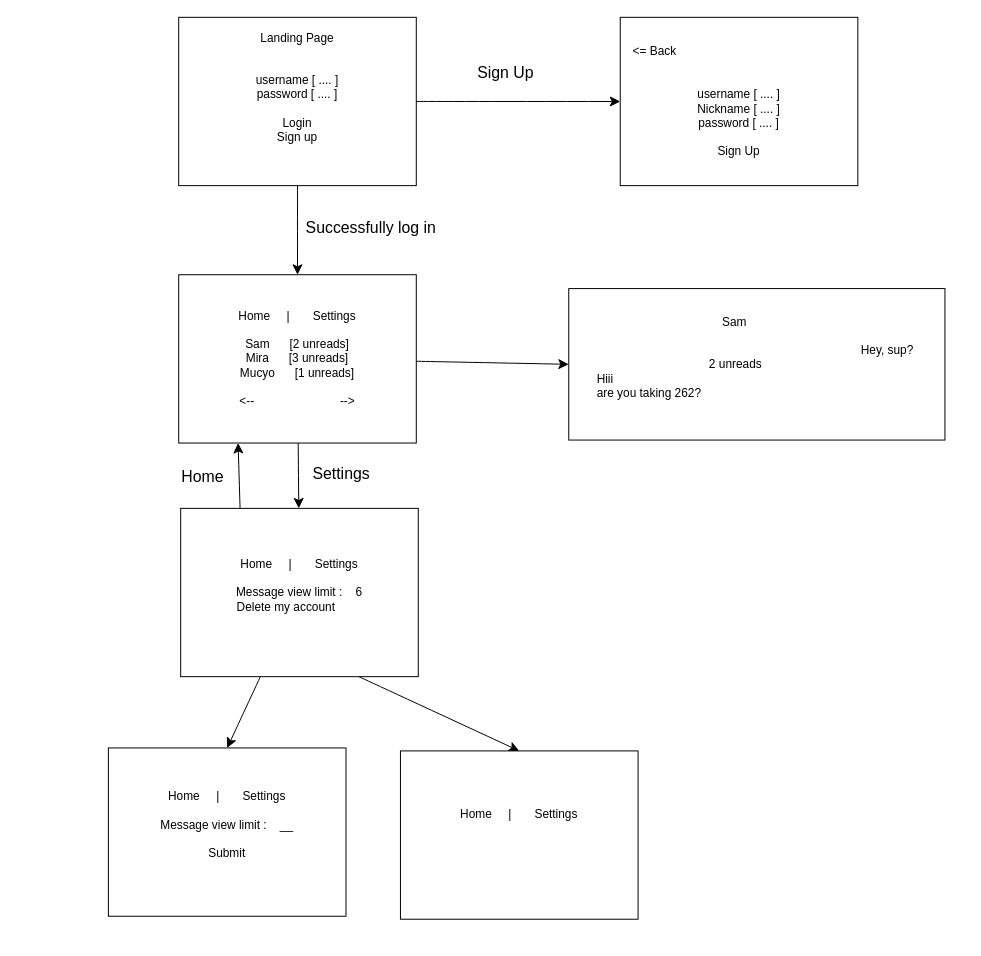
The draw.io diagram page "Page-2" (2 of 2) of design/chat262.drawio in mirabor/cs262-chat, before the edit. Source tidied: cells renumbered, new cells numbered last; positions are measured from the earlier drawing's top-left corner, leaving out a move shared by most shapes. Both pictures are drawn from the tidied source at 99%, with x=0, y=0 at pixel (108, 17).
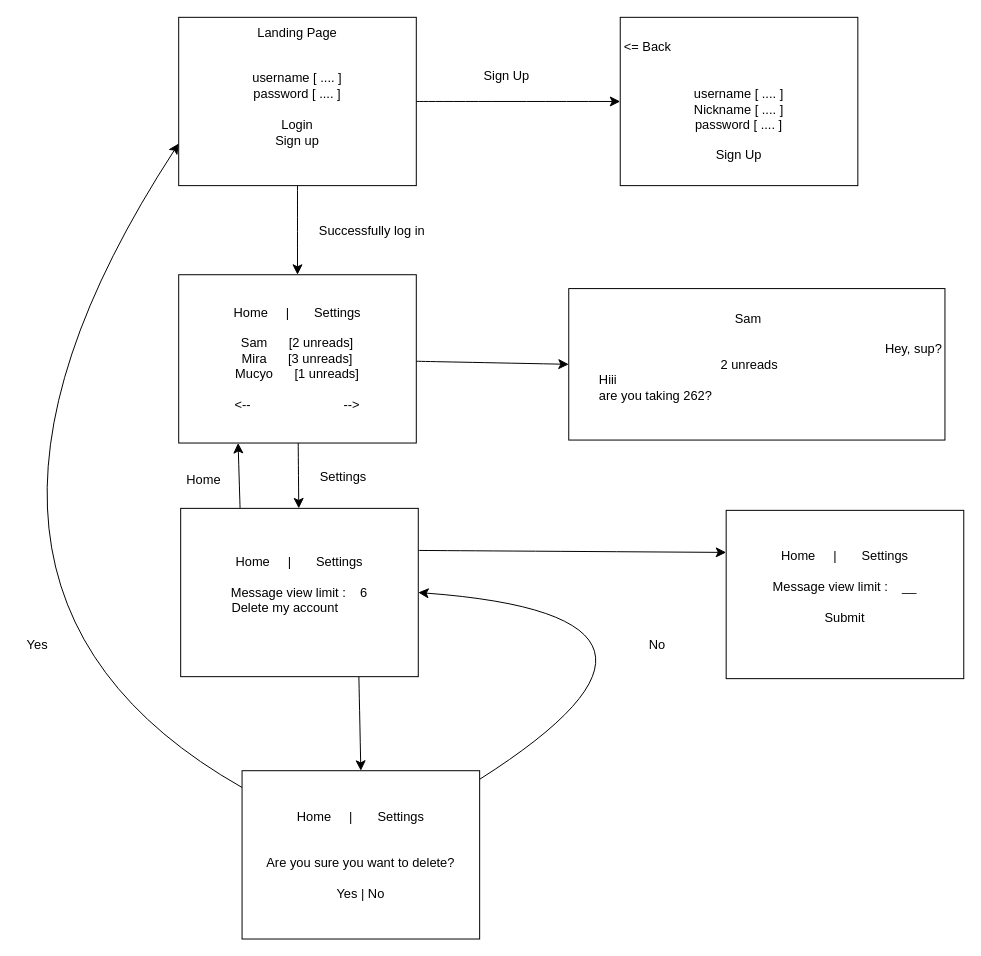
The same page after the edit.

Commit message (it also covers changes not shown here):
finish deleting acc in user journey

Diff of the diagram source:
```diff
@@
-    <mxCell id="2" style="edgeStyle=none;curved=1;rounded=0;jettySize=auto;html=1;fontSize=12;startSize=8;endSize=8;entryX=0;entryY=0.5;entryDx=0;entryDy=0;" parent="1" edge="1" source="4" target="5">
+    <mxCell id="2" style="edgeStyle=none;curved=1;rounded=0;jettySize=auto;html=1;fontSize=13;startSize=8;endSize=8;entryX=0;entryY=0.5;entryDx=0;entryDy=0;" parent="1" edge="1" source="4" target="5">
       <mxGeometry relative="1" as="geometry" />
     </mxCell>
-    <mxCell id="3" style="edgeStyle=none;curved=1;rounded=0;jettySize=auto;html=1;fontSize=12;startSize=8;endSize=8;entryX=0.5;entryY=0;entryDx=0;entryDy=0;" parent="1" edge="1" source="4" target="9">
+    <mxCell id="3" style="edgeStyle=none;curved=1;rounded=0;jettySize=auto;html=1;fontSize=13;startSize=8;endSize=8;entryX=0.5;entryY=0;entryDx=0;entryDy=0;" parent="1" edge="1" source="4" target="9">
       <mxGeometry relative="1" as="geometry" />
     </mxCell>
-    <mxCell id="4" value="&lt;div&gt;Landing Page&lt;/div&gt;&lt;div&gt;&lt;br&gt;&lt;/div&gt;&lt;div&gt;&lt;br&gt;&lt;/div&gt;&lt;div&gt;username [ .... ]&lt;/div&gt;&lt;div&gt;password [ .... ]&lt;/div&gt;&lt;div&gt;&lt;br&gt;&lt;/div&gt;&lt;div&gt;Login&lt;/div&gt;&lt;div&gt;Sign up&lt;/div&gt;&lt;div&gt;&lt;br&gt;&lt;/div&gt;&lt;div&gt;&lt;br&gt;&lt;/div&gt;" style="whiteSpace=wrap;html=1;" parent="1" vertex="1">
+    <mxCell id="4" value="&lt;div&gt;Landing Page&lt;/div&gt;&lt;div&gt;&lt;br&gt;&lt;/div&gt;&lt;div&gt;&lt;br&gt;&lt;/div&gt;&lt;div&gt;username [ .... ]&lt;/div&gt;&lt;div&gt;password [ .... ]&lt;/div&gt;&lt;div&gt;&lt;br&gt;&lt;/div&gt;&lt;div&gt;Login&lt;/div&gt;&lt;div&gt;Sign up&lt;/div&gt;&lt;div&gt;&lt;br&gt;&lt;/div&gt;&lt;div&gt;&lt;br&gt;&lt;/div&gt;" style="whiteSpace=wrap;html=1;fontSize=13;" parent="1" vertex="1">
       <mxGeometry x="71" width="240" height="170" as="geometry" />
     </mxCell>
-    <mxCell id="5" value="&lt;div&gt;&amp;lt;= Back&amp;nbsp;&amp;nbsp;&amp;nbsp;&amp;nbsp;&amp;nbsp;&amp;nbsp;&amp;nbsp;&amp;nbsp;&amp;nbsp;&amp;nbsp;&amp;nbsp;&amp;nbsp;&amp;nbsp;&amp;nbsp;&amp;nbsp;&amp;nbsp;&amp;nbsp;&amp;nbsp;&amp;nbsp;&amp;nbsp;&amp;nbsp;&amp;nbsp;&amp;nbsp;&amp;nbsp;&amp;nbsp;&amp;nbsp;&amp;nbsp;&amp;nbsp;&amp;nbsp;&amp;nbsp;&amp;nbsp;&amp;nbsp;&amp;nbsp;&amp;nbsp;&amp;nbsp;&amp;nbsp;&amp;nbsp;&amp;nbsp;&amp;nbsp;&amp;nbsp;&amp;nbsp;&amp;nbsp;&amp;nbsp;&amp;nbsp;&amp;nbsp;&amp;nbsp;&amp;nbsp;&amp;nbsp;&amp;nbsp;&amp;nbsp;&amp;nbsp; &lt;br&gt;&lt;/div&gt;&lt;div&gt;&lt;br&gt;&lt;/div&gt;&lt;div&gt;&lt;br&gt;&lt;/div&gt;&lt;div&gt;username [ .... ]&lt;/div&gt;&lt;div&gt;Nickname [ .... ]&lt;/div&gt;&lt;div&gt;password [ .... ]&lt;/div&gt;&lt;div&gt;&lt;br&gt;&lt;/div&gt;&lt;div&gt;Sign Up&lt;/div&gt;" style="whiteSpace=wrap;html=1;" parent="1" vertex="1">
+    <mxCell id="5" value="&lt;div&gt;&amp;lt;= Back&amp;nbsp;&amp;nbsp;&amp;nbsp;&amp;nbsp;&amp;nbsp;&amp;nbsp;&amp;nbsp;&amp;nbsp;&amp;nbsp;&amp;nbsp;&amp;nbsp;&amp;nbsp;&amp;nbsp;&amp;nbsp;&amp;nbsp;&amp;nbsp;&amp;nbsp;&amp;nbsp;&amp;nbsp;&amp;nbsp;&amp;nbsp;&amp;nbsp;&amp;nbsp;&amp;nbsp;&amp;nbsp;&amp;nbsp;&amp;nbsp;&amp;nbsp;&amp;nbsp;&amp;nbsp;&amp;nbsp;&amp;nbsp;&amp;nbsp;&amp;nbsp;&amp;nbsp;&amp;nbsp;&amp;nbsp;&amp;nbsp;&amp;nbsp;&amp;nbsp;&amp;nbsp;&amp;nbsp;&amp;nbsp;&amp;nbsp;&amp;nbsp;&amp;nbsp;&amp;nbsp;&amp;nbsp;&amp;nbsp;&amp;nbsp;&amp;nbsp; &lt;br&gt;&lt;/div&gt;&lt;div&gt;&lt;br&gt;&lt;/div&gt;&lt;div&gt;&lt;br&gt;&lt;/div&gt;&lt;div&gt;username [ .... ]&lt;/div&gt;&lt;div&gt;Nickname [ .... ]&lt;/div&gt;&lt;div&gt;password [ .... ]&lt;/div&gt;&lt;div&gt;&lt;br&gt;&lt;/div&gt;&lt;div&gt;Sign Up&lt;/div&gt;" style="whiteSpace=wrap;html=1;fontSize=13;" parent="1" vertex="1">
       <mxGeometry x="517" width="240" height="170" as="geometry" />
     </mxCell>
-    <mxCell id="6" value="Sign Up" style="text;html=1;align=center;verticalAlign=middle;strokeColor=none;fillColor=none;fontSize=16;" parent="1" vertex="1">
-      <mxGeometry x="361" y="41" width="80" height="30" as="geometry" />
+    <mxCell id="6" value="Sign Up" style="text;html=1;align=center;verticalAlign=middle;strokeColor=none;fillColor=none;fontSize=13;" parent="1" vertex="1">
+      <mxGeometry x="370" y="45" width="64" height="28" as="geometry" />
     </mxCell>
-    <mxCell id="7" style="edgeStyle=none;curved=1;rounded=0;jettySize=auto;html=1;fontSize=12;startSize=8;endSize=8;entryX=0;entryY=0.5;entryDx=0;entryDy=0;" parent="1" edge="1" source="9" target="10">
+    <mxCell id="7" style="edgeStyle=none;curved=1;rounded=0;jettySize=auto;html=1;fontSize=13;startSize=8;endSize=8;entryX=0;entryY=0.5;entryDx=0;entryDy=0;" parent="1" edge="1" source="9" target="10">
       <mxGeometry relative="1" as="geometry" />
     </mxCell>
-    <mxCell id="8" style="edgeStyle=none;curved=1;rounded=0;jettySize=auto;html=1;fontSize=12;startSize=8;endSize=8;" parent="1" edge="1" source="9" target="15">
+    <mxCell id="8" style="edgeStyle=none;curved=1;rounded=0;jettySize=auto;html=1;fontSize=13;startSize=8;endSize=8;" parent="1" edge="1" source="9" target="15">
       <mxGeometry relative="1" as="geometry" />
     </mxCell>
-    <mxCell id="9" value="&lt;div&gt;Home&amp;nbsp;&amp;nbsp;&amp;nbsp;&amp;nbsp; |&amp;nbsp;&amp;nbsp;&amp;nbsp;&amp;nbsp;&amp;nbsp;&amp;nbsp; Settings&lt;/div&gt;&lt;div&gt;&lt;br&gt;&lt;/div&gt;&lt;div&gt;Sam &amp;nbsp;&amp;nbsp;&amp;nbsp;&amp;nbsp; [2 unreads]&lt;/div&gt;&lt;div&gt;Mira&amp;nbsp;&amp;nbsp;&amp;nbsp;&amp;nbsp;&amp;nbsp; [3 unreads]&lt;/div&gt;&lt;div&gt;Mucyo &amp;nbsp;&amp;nbsp;&amp;nbsp;&amp;nbsp; [1 unreads]&lt;/div&gt;&lt;div&gt;&lt;br&gt;&lt;/div&gt;&lt;div&gt;&amp;lt;--&amp;nbsp;&amp;nbsp;&amp;nbsp;&amp;nbsp;&amp;nbsp;&amp;nbsp;&amp;nbsp;&amp;nbsp;&amp;nbsp;&amp;nbsp;&amp;nbsp;&amp;nbsp;&amp;nbsp;&amp;nbsp;&amp;nbsp;&amp;nbsp;&amp;nbsp;&amp;nbsp;&amp;nbsp;&amp;nbsp;&amp;nbsp;&amp;nbsp;&amp;nbsp;&amp;nbsp;&amp;nbsp; --&amp;gt;&lt;/div&gt;" style="whiteSpace=wrap;html=1;" parent="1" vertex="1">
+    <mxCell id="9" value="&lt;div&gt;Home&amp;nbsp;&amp;nbsp;&amp;nbsp;&amp;nbsp; |&amp;nbsp;&amp;nbsp;&amp;nbsp;&amp;nbsp;&amp;nbsp;&amp;nbsp; Settings&lt;/div&gt;&lt;div&gt;&lt;br&gt;&lt;/div&gt;&lt;div&gt;Sam &amp;nbsp;&amp;nbsp;&amp;nbsp;&amp;nbsp; [2 unreads]&lt;/div&gt;&lt;div&gt;Mira&amp;nbsp;&amp;nbsp;&amp;nbsp;&amp;nbsp;&amp;nbsp; [3 unreads]&lt;/div&gt;&lt;div&gt;Mucyo &amp;nbsp;&amp;nbsp;&amp;nbsp;&amp;nbsp; [1 unreads]&lt;/div&gt;&lt;div&gt;&lt;br&gt;&lt;/div&gt;&lt;div&gt;&amp;lt;--&amp;nbsp;&amp;nbsp;&amp;nbsp;&amp;nbsp;&amp;nbsp;&amp;nbsp;&amp;nbsp;&amp;nbsp;&amp;nbsp;&amp;nbsp;&amp;nbsp;&amp;nbsp;&amp;nbsp;&amp;nbsp;&amp;nbsp;&amp;nbsp;&amp;nbsp;&amp;nbsp;&amp;nbsp;&amp;nbsp;&amp;nbsp;&amp;nbsp;&amp;nbsp;&amp;nbsp;&amp;nbsp; --&amp;gt;&lt;/div&gt;" style="whiteSpace=wrap;html=1;fontSize=13;" parent="1" vertex="1">
       <mxGeometry x="71" y="260" width="240" height="170" as="geometry" />
     </mxCell>
-    <mxCell id="10" value="&lt;div align=&quot;left&quot;&gt;&lt;span style=&quot;white-space: pre;&quot;&gt;&#9;&lt;/span&gt;&lt;span style=&quot;white-space: pre;&quot;&gt;&#9;&lt;/span&gt;&lt;span style=&quot;white-space: pre;&quot;&gt;&#9;&lt;/span&gt;&lt;span style=&quot;white-space: pre;&quot;&gt;&#9;&lt;/span&gt;&lt;span style=&quot;white-space: pre;&quot;&gt;&#9;&lt;/span&gt;&amp;nbsp;&amp;nbsp;&amp;nbsp;&amp;nbsp;&amp;nbsp; Sam&lt;/div&gt;&lt;div align=&quot;left&quot;&gt;&lt;br&gt;&lt;/div&gt;&lt;div align=&quot;left&quot;&gt;&lt;span style=&quot;white-space: pre;&quot;&gt;&#9;&lt;/span&gt;&lt;span style=&quot;white-space: pre;&quot;&gt;&#9;&lt;/span&gt;&lt;span style=&quot;white-space: pre;&quot;&gt;&#9;&lt;/span&gt;&lt;span style=&quot;white-space: pre;&quot;&gt;&#9;&lt;/span&gt;&lt;span style=&quot;white-space: pre;&quot;&gt;&#9;                &lt;/span&gt;&lt;span style=&quot;white-space: pre;&quot;&gt;&#9;&lt;/span&gt;&lt;span style=&quot;white-space: pre;&quot;&gt;&#9;&lt;/span&gt;&lt;span style=&quot;white-space: pre;&quot;&gt;&#9;&lt;/span&gt;&lt;span style=&quot;white-space: pre;&quot;&gt;&#9;&lt;/span&gt;Hey, sup?&lt;/div&gt;&lt;div align=&quot;left&quot;&gt;&lt;span style=&quot;white-space: pre;&quot;&gt;&#9;&lt;/span&gt;&lt;span style=&quot;white-space: pre;&quot;&gt;&#9;&lt;/span&gt;&lt;span style=&quot;white-space: pre;&quot;&gt;&#9;&lt;/span&gt;&lt;span style=&quot;white-space: pre;&quot;&gt;&#9;&lt;/span&gt;&lt;span style=&quot;white-space: pre;&quot;&gt;&#9;  &lt;/span&gt;&lt;span style=&quot;white-space: pre;&quot;&gt;2 &lt;/span&gt;unreads&lt;/div&gt;&lt;div align=&quot;left&quot;&gt;&lt;span style=&quot;white-space: pre;&quot;&gt;&#9;&lt;/span&gt;Hiii&lt;/div&gt;&lt;div align=&quot;left&quot;&gt;&lt;span style=&quot;white-space: pre;&quot;&gt;&#9;&lt;/span&gt;are you taking 262?&lt;/div&gt;&lt;div align=&quot;left&quot;&gt;&lt;br&gt;&lt;/div&gt;" style="whiteSpace=wrap;html=1;align=left;" parent="1" vertex="1">
+    <mxCell id="10" value="&lt;div align=&quot;left&quot;&gt;&lt;span style=&quot;white-space: pre;&quot;&gt;&#9;&lt;/span&gt;&lt;span style=&quot;white-space: pre;&quot;&gt;&#9;&lt;/span&gt;&lt;span style=&quot;white-space: pre;&quot;&gt;&#9;&lt;/span&gt;&lt;span style=&quot;white-space: pre;&quot;&gt;&#9;&lt;/span&gt;&lt;span style=&quot;white-space: pre;&quot;&gt;&#9;&lt;/span&gt;&amp;nbsp;&amp;nbsp;&amp;nbsp;&amp;nbsp;&amp;nbsp; Sam&lt;/div&gt;&lt;div align=&quot;left&quot;&gt;&lt;br&gt;&lt;/div&gt;&lt;div align=&quot;left&quot;&gt;&lt;span style=&quot;white-space: pre;&quot;&gt;&#9;&lt;/span&gt;&lt;span style=&quot;white-space: pre;&quot;&gt;&#9;&lt;/span&gt;&lt;span style=&quot;white-space: pre;&quot;&gt;&#9;&lt;/span&gt;&lt;span style=&quot;white-space: pre;&quot;&gt;&#9;&lt;/span&gt;&lt;span style=&quot;white-space: pre;&quot;&gt;&#9;                &lt;/span&gt;&lt;span style=&quot;white-space: pre;&quot;&gt;&#9;&lt;/span&gt;&lt;span style=&quot;white-space: pre;&quot;&gt;&#9;&lt;/span&gt;&lt;span style=&quot;white-space: pre;&quot;&gt;&#9;&lt;/span&gt;&lt;span style=&quot;white-space: pre;&quot;&gt;&#9;&lt;/span&gt;Hey, sup?&lt;/div&gt;&lt;div align=&quot;left&quot;&gt;&lt;span style=&quot;white-space: pre;&quot;&gt;&#9;&lt;/span&gt;&lt;span style=&quot;white-space: pre;&quot;&gt;&#9;&lt;/span&gt;&lt;span style=&quot;white-space: pre;&quot;&gt;&#9;&lt;/span&gt;&lt;span style=&quot;white-space: pre;&quot;&gt;&#9;&lt;/span&gt;&lt;span style=&quot;white-space: pre;&quot;&gt;&#9;  &lt;/span&gt;&lt;span style=&quot;white-space: pre;&quot;&gt;2 &lt;/span&gt;unreads&lt;/div&gt;&lt;div align=&quot;left&quot;&gt;&lt;span style=&quot;white-space: pre;&quot;&gt;&#9;&lt;/span&gt;Hiii&lt;/div&gt;&lt;div align=&quot;left&quot;&gt;&lt;span style=&quot;white-space: pre;&quot;&gt;&#9;&lt;/span&gt;are you taking 262?&lt;/div&gt;&lt;div align=&quot;left&quot;&gt;&lt;br&gt;&lt;/div&gt;" style="whiteSpace=wrap;html=1;align=left;fontSize=13;" parent="1" vertex="1">
       <mxGeometry x="465" y="274" width="380" height="153" as="geometry" />
     </mxCell>
-    <mxCell id="11" value="Successfully log in" style="text;html=1;align=center;verticalAlign=middle;strokeColor=none;fillColor=none;fontSize=16;" parent="1" vertex="1">
-      <mxGeometry x="190" y="196" width="150" height="31" as="geometry" />
+    <mxCell id="11" value="Successfully log in" style="text;html=1;align=center;verticalAlign=middle;strokeColor=none;fillColor=none;fontSize=13;" parent="1" vertex="1">
+      <mxGeometry x="203" y="201" width="125" height="28" as="geometry" />
     </mxCell>
-    <mxCell id="12" style="edgeStyle=none;curved=1;rounded=0;jettySize=auto;html=1;exitX=0.25;exitY=0;exitDx=0;exitDy=0;entryX=0.25;entryY=1;entryDx=0;entryDy=0;fontSize=12;startSize=8;endSize=8;" parent="1" edge="1" source="15" target="9">
+    <mxCell id="12" style="edgeStyle=none;curved=1;rounded=0;jettySize=auto;html=1;exitX=0.25;exitY=0;exitDx=0;exitDy=0;entryX=0.25;entryY=1;entryDx=0;entryDy=0;fontSize=13;startSize=8;endSize=8;" parent="1" edge="1" source="15" target="9">
       <mxGeometry relative="1" as="geometry" />
     </mxCell>
-    <mxCell id="13" style="edgeStyle=none;curved=1;rounded=0;jettySize=auto;html=1;fontSize=12;startSize=8;endSize=8;entryX=0.5;entryY=0;entryDx=0;entryDy=0;" parent="1" edge="1" source="15" target="18">
+    <mxCell id="13" style="edgeStyle=none;curved=1;rounded=0;jettySize=auto;html=1;fontSize=13;startSize=8;endSize=8;entryX=0;entryY=0.25;entryDx=0;entryDy=0;exitX=1;exitY=0.25;exitDx=0;exitDy=0;" parent="1" edge="1" source="15" target="18">
       <mxGeometry relative="1" as="geometry" />
     </mxCell>
-    <mxCell id="14" style="edgeStyle=none;curved=1;rounded=0;jettySize=auto;html=1;entryX=0.5;entryY=0;entryDx=0;entryDy=0;fontSize=12;startSize=8;endSize=8;exitX=0.75;exitY=1;exitDx=0;exitDy=0;" parent="1" edge="1" source="15" target="19">
+    <mxCell id="14" style="edgeStyle=none;curved=1;rounded=0;jettySize=auto;html=1;entryX=0.5;entryY=0;entryDx=0;entryDy=0;fontSize=13;startSize=8;endSize=8;exitX=0.75;exitY=1;exitDx=0;exitDy=0;" parent="1" edge="1" source="15" target="19">
       <mxGeometry relative="1" as="geometry" />
     </mxCell>
-    <mxCell id="15" value="&lt;div&gt;Home&amp;nbsp;&amp;nbsp;&amp;nbsp;&amp;nbsp; |&amp;nbsp;&amp;nbsp;&amp;nbsp;&amp;nbsp;&amp;nbsp;&amp;nbsp; Settings&lt;/div&gt;&lt;div&gt;&lt;br&gt;&lt;/div&gt;&lt;div&gt;Message view limit :&amp;nbsp;&amp;nbsp;&amp;nbsp; 6&lt;/div&gt;&lt;div&gt;Delete my account&amp;nbsp; &amp;nbsp;&amp;nbsp;&amp;nbsp;&amp;nbsp;&amp;nbsp;&amp;nbsp; &lt;br&gt;&lt;/div&gt;&lt;div&gt;&lt;br&gt;&lt;/div&gt;" style="whiteSpace=wrap;html=1;" parent="1" vertex="1">
+    <mxCell id="15" value="&lt;div&gt;Home&amp;nbsp;&amp;nbsp;&amp;nbsp;&amp;nbsp; |&amp;nbsp;&amp;nbsp;&amp;nbsp;&amp;nbsp;&amp;nbsp;&amp;nbsp; Settings&lt;/div&gt;&lt;div&gt;&lt;br&gt;&lt;/div&gt;&lt;div&gt;Message view limit :&amp;nbsp;&amp;nbsp;&amp;nbsp; 6&lt;/div&gt;&lt;div&gt;Delete my account&amp;nbsp; &amp;nbsp;&amp;nbsp;&amp;nbsp;&amp;nbsp;&amp;nbsp;&amp;nbsp; &lt;br&gt;&lt;/div&gt;&lt;div&gt;&lt;br&gt;&lt;/div&gt;" style="whiteSpace=wrap;html=1;fontSize=13;" parent="1" vertex="1">
       <mxGeometry x="73" y="496" width="240" height="170" as="geometry" />
     </mxCell>
-    <mxCell id="16" value="Settings" style="text;html=1;align=center;verticalAlign=middle;strokeColor=none;fillColor=none;fontSize=16;" parent="1" vertex="1">
-      <mxGeometry x="197" y="445" width="76" height="31" as="geometry" />
+    <mxCell id="16" value="Settings" style="text;html=1;align=center;verticalAlign=middle;strokeColor=none;fillColor=none;fontSize=13;" parent="1" vertex="1">
+      <mxGeometry x="204" y="450" width="65" height="28" as="geometry" />
     </mxCell>
-    <mxCell id="17" value="Home" style="text;html=1;align=center;verticalAlign=middle;strokeColor=none;fillColor=none;fontSize=16;" parent="1" vertex="1">
-      <mxGeometry x="64" y="448" width="61" height="31" as="geometry" />
+    <mxCell id="17" value="Home" style="text;html=1;align=center;verticalAlign=middle;strokeColor=none;fillColor=none;fontSize=13;" parent="1" vertex="1">
+      <mxGeometry x="69" y="453" width="53" height="28" as="geometry" />
     </mxCell>
-    <mxCell id="18" value="&lt;div&gt;Home&amp;nbsp;&amp;nbsp;&amp;nbsp;&amp;nbsp; |&amp;nbsp;&amp;nbsp;&amp;nbsp;&amp;nbsp;&amp;nbsp;&amp;nbsp; Settings&lt;/div&gt;&lt;div&gt;&lt;br&gt;&lt;/div&gt;&lt;div&gt;Message view limit :&amp;nbsp;&amp;nbsp;&amp;nbsp; __&lt;/div&gt;&lt;div&gt;&lt;br&gt;&lt;/div&gt;&lt;div&gt;Submit&lt;/div&gt;&lt;div&gt;&lt;br&gt;&lt;/div&gt;" style="whiteSpace=wrap;html=1;" parent="1" vertex="1">
-      <mxGeometry y="738" width="240" height="170" as="geometry" />
+    <mxCell id="18" value="&lt;div&gt;Home&amp;nbsp;&amp;nbsp;&amp;nbsp;&amp;nbsp; |&amp;nbsp;&amp;nbsp;&amp;nbsp;&amp;nbsp;&amp;nbsp;&amp;nbsp; Settings&lt;/div&gt;&lt;div&gt;&lt;br&gt;&lt;/div&gt;&lt;div&gt;Message view limit :&amp;nbsp;&amp;nbsp;&amp;nbsp; __&lt;/div&gt;&lt;div&gt;&lt;br&gt;&lt;/div&gt;&lt;div&gt;Submit&lt;/div&gt;&lt;div&gt;&lt;br&gt;&lt;/div&gt;" style="whiteSpace=wrap;html=1;fontSize=13;" parent="1" vertex="1">
+      <mxGeometry x="624" y="498" width="240" height="170" as="geometry" />
     </mxCell>
+    <mxCell id="20" style="edgeStyle=none;curved=1;rounded=0;jettySize=auto;html=1;entryX=1;entryY=0.5;entryDx=0;entryDy=0;fontSize=13;startSize=8;endSize=8;" parent="1" edge="1" source="19" target="15">
+      <mxGeometry relative="1" as="geometry">
+        <Array as="points">
+          <mxPoint x="634" y="605" />
+        </Array>
+      </mxGeometry>
+    </mxCell>
+    <mxCell id="21" style="edgeStyle=none;curved=1;rounded=0;jettySize=auto;html=1;fontSize=13;startSize=8;endSize=8;entryX=0;entryY=0.75;entryDx=0;entryDy=0;" parent="1" edge="1" source="19" target="4">
+      <mxGeometry relative="1" as="geometry">
+        <Array as="points">
+          <mxPoint x="-221" y="576" />
+        </Array>
+      </mxGeometry>
+    </mxCell>
-    <mxCell id="19" value="&lt;div&gt;Home&amp;nbsp;&amp;nbsp;&amp;nbsp;&amp;nbsp; |&amp;nbsp;&amp;nbsp;&amp;nbsp;&amp;nbsp;&amp;nbsp;&amp;nbsp; Settings&lt;/div&gt;&lt;div&gt;&lt;br&gt;&lt;/div&gt;&lt;div&gt;&lt;br&gt;&lt;/div&gt;&lt;div&gt;&lt;br&gt;&lt;/div&gt;" style="whiteSpace=wrap;html=1;" parent="1" vertex="1">
-      <mxGeometry x="295" y="741" width="240" height="170" as="geometry" />
+    <mxCell id="19" value="&lt;div&gt;Home&amp;nbsp;&amp;nbsp;&amp;nbsp;&amp;nbsp; |&amp;nbsp;&amp;nbsp;&amp;nbsp;&amp;nbsp;&amp;nbsp;&amp;nbsp; Settings&lt;/div&gt;&lt;div&gt;&lt;br&gt;&lt;/div&gt;&lt;div&gt;&lt;br&gt;&lt;/div&gt;&lt;div&gt;Are you sure you want to delete? &lt;br&gt;&lt;/div&gt;&lt;div&gt;&lt;br&gt;&lt;/div&gt;&lt;div&gt;Yes | No&lt;/div&gt;" style="whiteSpace=wrap;html=1;fontSize=13;" parent="1" vertex="1">
+      <mxGeometry x="135" y="761" width="240" height="170" as="geometry" />
     </mxCell>
+    <mxCell id="22" value="No" style="text;html=1;align=center;verticalAlign=middle;strokeColor=none;fillColor=none;fontSize=13;" parent="1" vertex="1">
+      <mxGeometry x="536.5" y="619.5" width="35" height="28" as="geometry" />
+    </mxCell>
+    <mxCell id="23" value="Yes" style="text;html=1;align=center;verticalAlign=middle;strokeColor=none;fillColor=none;fontSize=13;" parent="1" vertex="1">
+      <mxGeometry x="-92" y="619.5" width="39" height="28" as="geometry" />
+    </mxCell>
```
